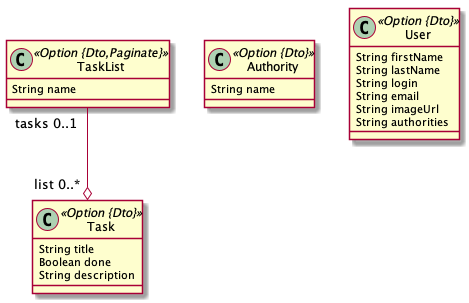
Above: jhipster-jdl.png in LukasWoodtli/doto-web (PlantUML), before the change. The source it was exported from:
```plantuml
@startuml
	!pragma syntax class
	class Task <<Option {Dto}>> {
		String title
		Boolean done
		String description
	}
	class TaskList <<Option {Dto,Paginate}>> {
		String name
	}
	TaskList  "tasks 0..1 " --o "list 0..* "  Task
	class Authority <<Option {Dto}>> {
		String name
	}
	class User <<Option {Dto}>> {
		String firstName
		String lastName
		String login
		String email
		String imageUrl
		String authorities
	}
@enduml
```
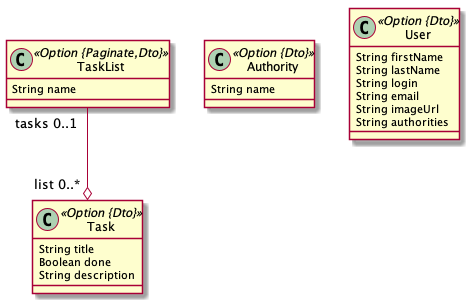
Later version of the same file.

The edit, as a diff of the source:
```diff
@@ -5,7 +5,7 @@
 		Boolean done
 		String description
 	}
-	class TaskList <<Option {Dto,Paginate}>> {
+	class TaskList <<Option {Paginate,Dto}>> {
 		String name
 	}
 	TaskList  "tasks 0..1 " --o "list 0..* "  Task
```
